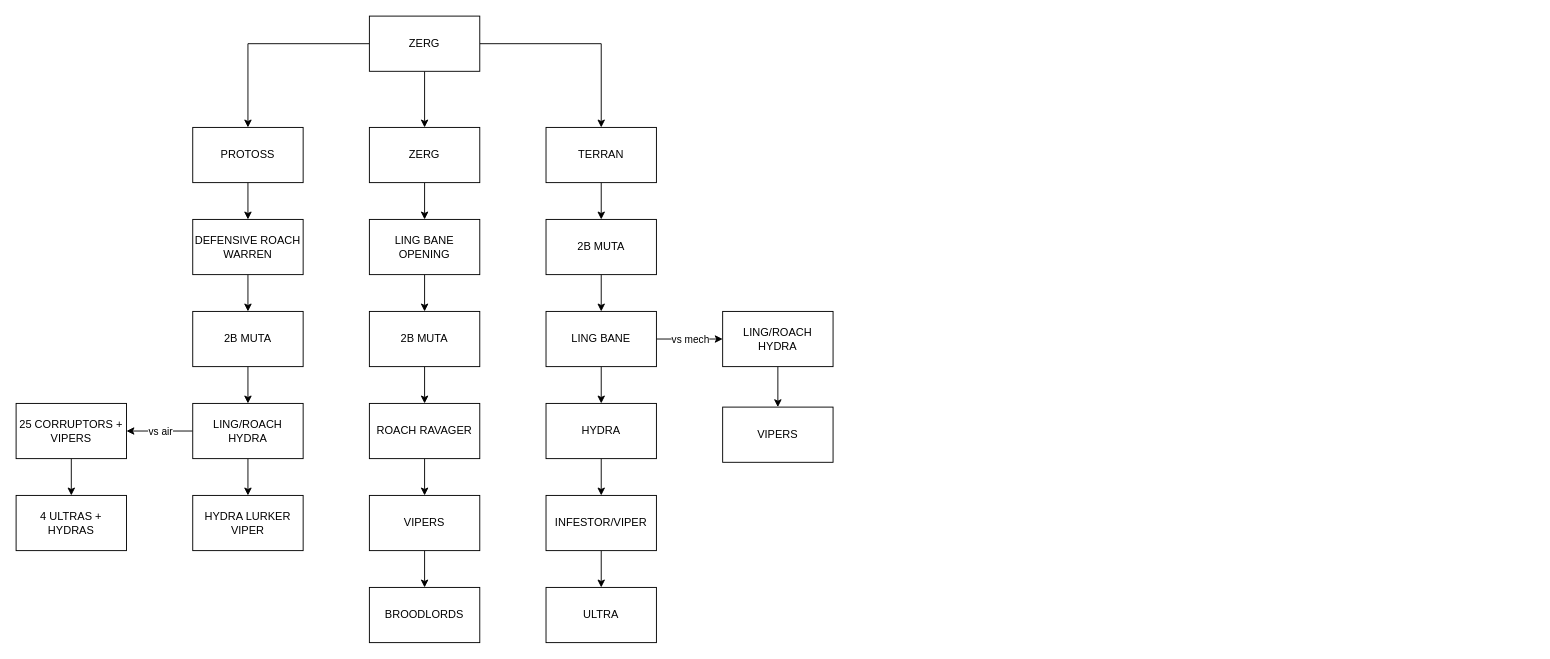
Before: sc2strategy.drawio in luisphelipe/sc2strategy, a draw.io diagram. Source tidied: cells renumbered, new cells numbered last; positions are measured from the earlier drawing's top-left corner, leaving out a move shared by most shapes. Both pictures are drawn from the tidied source at 92%, with x=0, y=0 at pixel (16, 16).
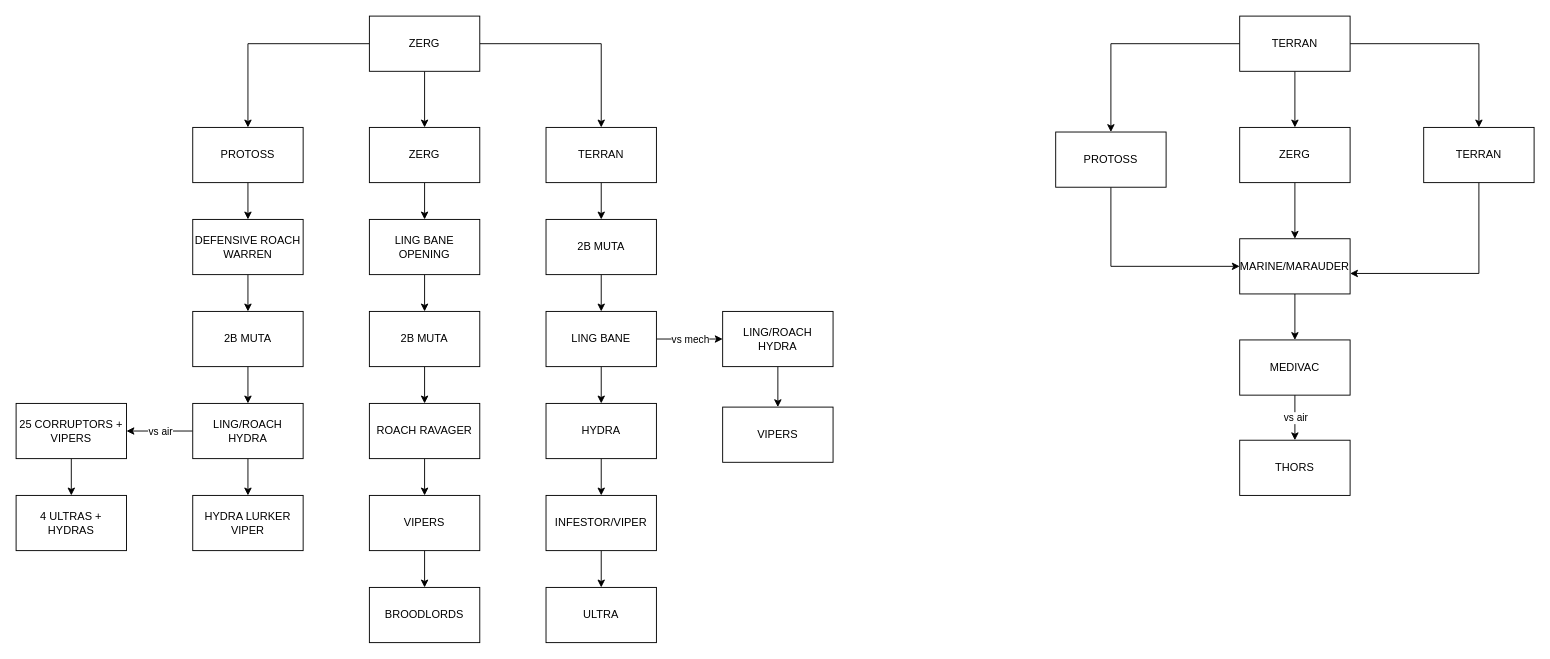
After the change.

Change to the diagram source:
```diff
@@
+    <mxCell id="47" style="edgeStyle=orthogonalEdgeStyle;rounded=0;jettySize=auto;html=1;" parent="1" edge="1" source="50" target="56">
+      <mxGeometry relative="1" as="geometry" />
+    </mxCell>
+    <mxCell id="48" style="edgeStyle=orthogonalEdgeStyle;rounded=0;jettySize=auto;html=1;" parent="1" edge="1" source="50" target="52">
+      <mxGeometry relative="1" as="geometry" />
+    </mxCell>
+    <mxCell id="49" style="edgeStyle=orthogonalEdgeStyle;rounded=0;jettySize=auto;html=1;" parent="1" edge="1" source="50" target="54">
+      <mxGeometry relative="1" as="geometry" />
+    </mxCell>
+    <mxCell id="50" value="TERRAN" style="rounded=0;whiteSpace=wrap;html=1;" parent="1" vertex="1">
+      <mxGeometry x="1330" width="120" height="60" as="geometry" />
+    </mxCell>
+    <mxCell id="51" style="edgeStyle=orthogonalEdgeStyle;rounded=0;jettySize=auto;html=1;" parent="1" edge="1" source="52" target="58">
+      <mxGeometry relative="1" as="geometry" />
+    </mxCell>
+    <mxCell id="52" value="ZERG" style="rounded=0;whiteSpace=wrap;html=1;" parent="1" vertex="1">
+      <mxGeometry x="1330" y="121" width="120" height="60" as="geometry" />
+    </mxCell>
+    <mxCell id="53" style="edgeStyle=orthogonalEdgeStyle;rounded=0;jettySize=auto;html=1;entryX=1;entryY=0.629;entryDx=0;entryDy=0;entryPerimeter=0;exitX=0.5;exitY=1;exitDx=0;exitDy=0;" parent="1" edge="1" source="54" target="58">
+      <mxGeometry relative="1" as="geometry" />
+    </mxCell>
+    <mxCell id="54" value="TERRAN" style="rounded=0;whiteSpace=wrap;html=1;" parent="1" vertex="1">
+      <mxGeometry x="1530" y="121" width="120" height="60" as="geometry" />
+    </mxCell>
+    <mxCell id="55" style="edgeStyle=orthogonalEdgeStyle;rounded=0;jettySize=auto;html=1;entryX=0;entryY=0.5;entryDx=0;entryDy=0;exitX=0.5;exitY=1;exitDx=0;exitDy=0;" parent="1" edge="1" source="56" target="58">
+      <mxGeometry relative="1" as="geometry" />
+    </mxCell>
+    <mxCell id="56" value="PROTOSS" style="rounded=0;whiteSpace=wrap;html=1;" parent="1" vertex="1">
+      <mxGeometry x="1130" y="126" width="120" height="60" as="geometry" />
+    </mxCell>
+    <mxCell id="57" style="edgeStyle=orthogonalEdgeStyle;rounded=0;jettySize=auto;html=1;" parent="1" edge="1" source="58" target="61">
+      <mxGeometry relative="1" as="geometry" />
+    </mxCell>
+    <mxCell id="58" value="MARINE/MARAUDER" style="rounded=0;whiteSpace=wrap;html=1;" parent="1" vertex="1">
+      <mxGeometry x="1330" y="242" width="120" height="60" as="geometry" />
+    </mxCell>
+    <mxCell id="59" style="edgeStyle=orthogonalEdgeStyle;rounded=0;jettySize=auto;html=1;" parent="1" edge="1" source="61" target="62">
+      <mxGeometry relative="1" as="geometry" />
+    </mxCell>
+    <mxCell id="60" value="vs air" style="edgeLabel;html=1;align=center;verticalAlign=middle;" parent="59" vertex="1">
+      <mxGeometry x="-0.45" y="-1" relative="1" as="geometry">
+        <mxPoint x="1" y="11" as="offset" />
+      </mxGeometry>
+    </mxCell>
+    <mxCell id="61" value="MEDIVAC" style="rounded=0;whiteSpace=wrap;html=1;" parent="1" vertex="1">
+      <mxGeometry x="1330" y="352" width="120" height="60" as="geometry" />
+    </mxCell>
+    <mxCell id="62" value="THORS" style="rounded=0;whiteSpace=wrap;html=1;" parent="1" vertex="1">
+      <mxGeometry x="1330" y="461" width="120" height="60" as="geometry" />
+    </mxCell>
```
